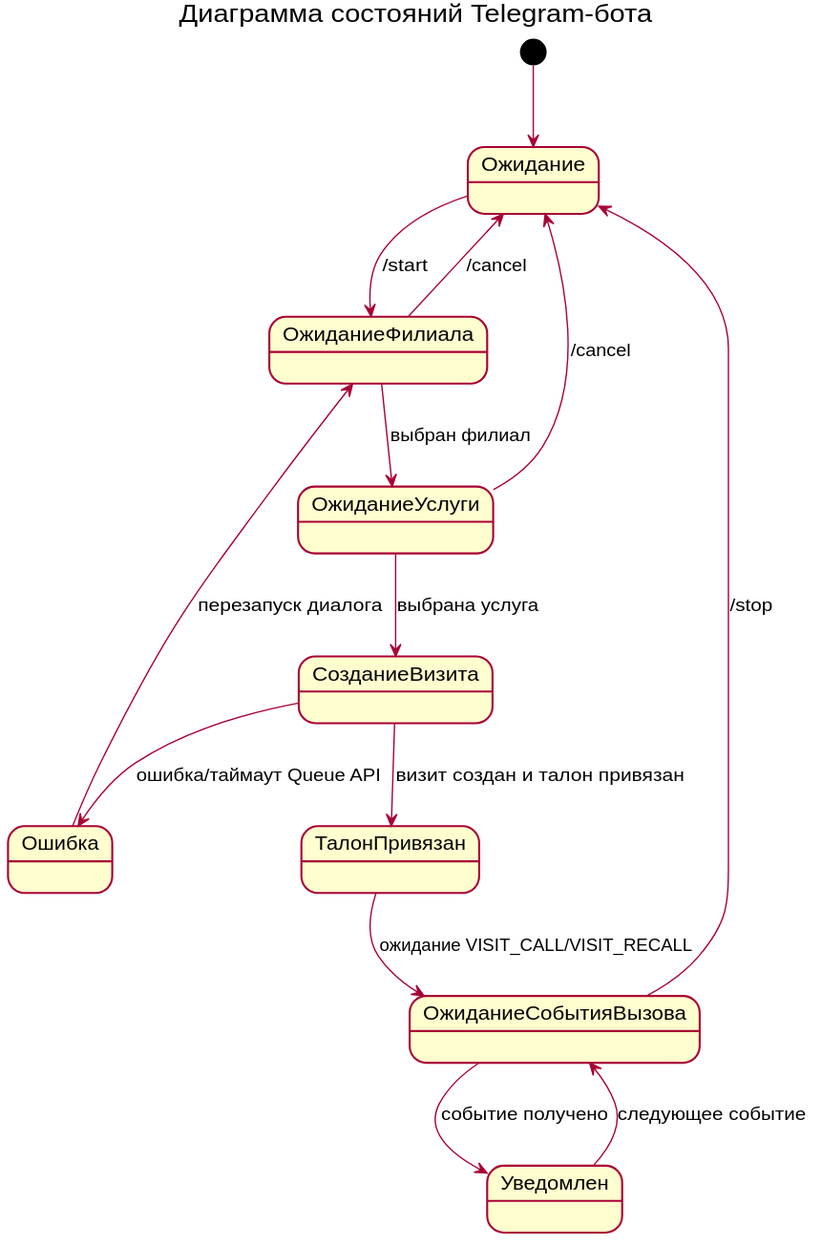
Above: docs/diagrams/dialog-state-machine.svg in psokolov25/chatBotJava (PlantUML), before the change.
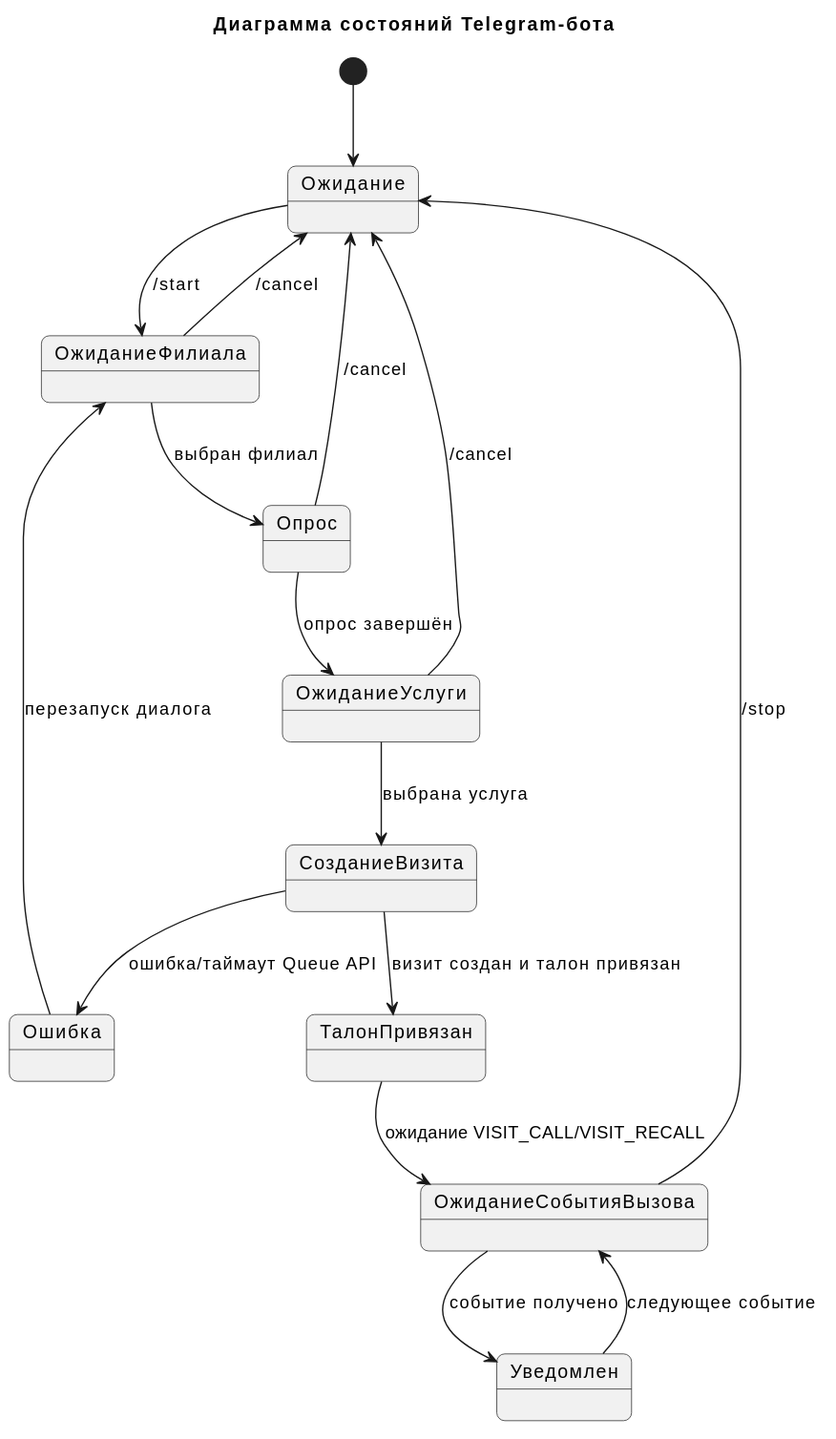
After the commit.

Change to the diagram source:
```diff
@@ -10,7 +10,8 @@
 }
 
 Ожидание --> ОжиданиеФилиала : /start
-ОжиданиеФилиала --> ОжиданиеУслуги : выбран филиал
+ОжиданиеФилиала --> Опрос : выбран филиал
+Опрос --> ОжиданиеУслуги : опрос завершён
 ОжиданиеУслуги --> СозданиеВизита : выбрана услуга
 СозданиеВизита --> ТалонПривязан : визит создан и талон привязан
 СозданиеВизита --> Ошибка : ошибка/таймаут Queue API
@@ -21,6 +22,7 @@
 
 Ошибка --> ОжиданиеФилиала : перезапуск диалога
 ОжиданиеФилиала --> Ожидание : /cancel
+Опрос --> Ожидание : /cancel
 ОжиданиеУслуги --> Ожидание : /cancel
 ОжиданиеСобытияВызова --> Ожидание : /stop
 @enduml
```
